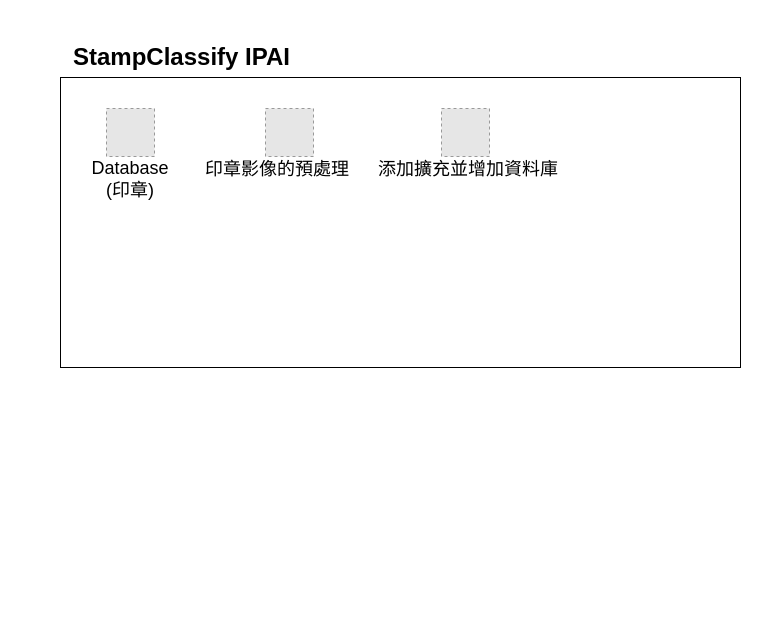
The draw.io diagram Untitled Diagram.drawio in KasymovD/Classification, before the edit. Source tidied: cells renumbered, new cells numbered last; positions are measured from the earlier drawing's top-left corner, leaving out a move shared by most shapes. Both pictures are drawn from the tidied source at 100%, with x=0, y=0 at pixel (60, 37). Pictures stored in the file or linked from it are replaced by grey dashed boxes.
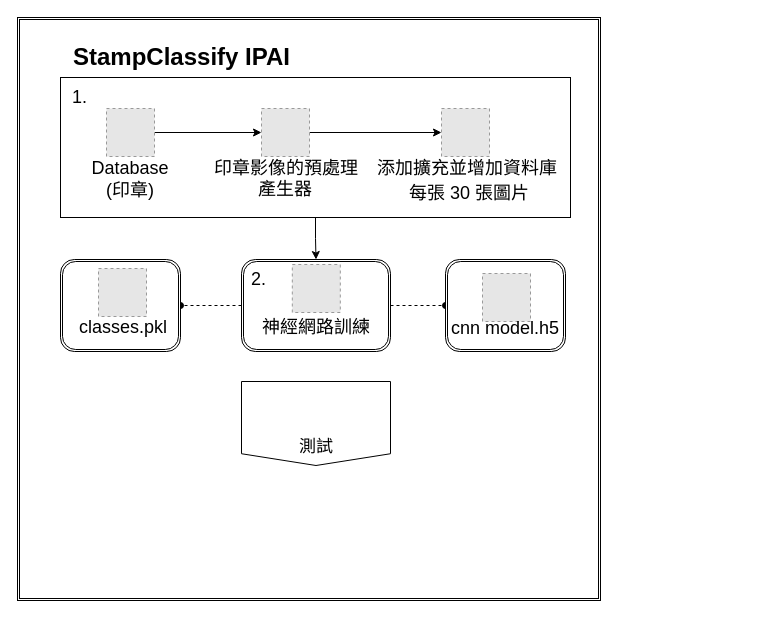
Above is the later version.

The change refers to these unchanged cells:
```xml
<mxCell id="3" style="fillColor=#E6E6E6;strokeColor=#999999;dashed=1;verticalLabelPosition=bottom;verticalAlign=top;" parent="1" vertex="1">
  <mxGeometry x="46" y="71" width="48" height="48" as="geometry" />
</mxCell>
<mxCell id="6" style="fillColor=#E6E6E6;strokeColor=#999999;dashed=1;verticalLabelPosition=bottom;verticalAlign=top;" parent="1" vertex="1">
  <mxGeometry x="381" y="71" width="48" height="48" as="geometry" />
</mxCell>
```

Diff of the diagram source:
```diff
@@
+    <mxCell id="10" style="shape=ext;double=1;whiteSpace=wrap;html=1;verticalAlign=bottom;" parent="1" vertex="1">
+      <mxGeometry x="-43" y="-20" width="583" height="583" as="geometry" />
+    </mxCell>
+    <mxCell id="11" style="edgeStyle=orthogonalEdgeStyle;rounded=0;jettySize=auto;html=1;entryX=0.5;entryY=0;entryDx=0;entryDy=0;" parent="1" edge="1" source="2" target="16">
+      <mxGeometry relative="1" as="geometry" />
+    </mxCell>
     <mxCell id="2" style="rounded=0;whiteSpace=wrap;html=1;" parent="1" vertex="1">
-      <mxGeometry y="40" width="680" height="290" as="geometry" />
+      <mxGeometry y="40" width="510" height="140" as="geometry" />
     </mxCell>
+    <mxCell id="12" style="edgeStyle=orthogonalEdgeStyle;rounded=0;jettySize=auto;html=1;exitX=1;exitY=0.5;exitDx=0;exitDy=0;entryX=0;entryY=0.5;entryDx=0;entryDy=0;" parent="1" edge="1" source="3" target="8">
+      <mxGeometry relative="1" as="geometry" />
+    </mxCell>
@@
     <mxCell id="7" value="印章影像的預處理" style="shape=table;startSize=0;childLayout=tableLayout;fontSize=18;fillColor=none;strokeColor=none;" parent="1" vertex="1">
-      <mxGeometry x="187" y="100" width="60" height="60" as="geometry" />
+      <mxGeometry x="196" y="99" width="60" height="60" as="geometry" />
     </mxCell>
+    <mxCell id="13" style="edgeStyle=orthogonalEdgeStyle;rounded=0;jettySize=auto;html=1;exitX=1;exitY=0.5;exitDx=0;exitDy=0;entryX=0;entryY=0.5;entryDx=0;entryDy=0;" parent="1" edge="1" source="8" target="6">
+      <mxGeometry relative="1" as="geometry" />
+    </mxCell>
     <mxCell id="8" style="fillColor=#E6E6E6;strokeColor=#999999;dashed=1;verticalLabelPosition=bottom;verticalAlign=top;" parent="1" vertex="1">
-      <mxGeometry x="205" y="71" width="48" height="48" as="geometry" />
+      <mxGeometry x="201" y="71" width="48" height="48" as="geometry" />
     </mxCell>
+    <mxCell id="14" style="edgeStyle=orthogonalEdgeStyle;rounded=0;jettySize=auto;html=1;startArrow=none;startFill=0;dashed=1;endArrow=oval;endFill=1;" parent="1" edge="1" source="16" target="21">
+      <mxGeometry relative="1" as="geometry" />
+    </mxCell>
+    <mxCell id="15" style="edgeStyle=orthogonalEdgeStyle;rounded=0;jettySize=auto;html=1;exitX=1;exitY=0.5;exitDx=0;exitDy=0;entryX=0;entryY=0.5;entryDx=0;entryDy=0;endArrow=oval;endFill=1;dashed=1;" parent="1" edge="1" source="16" target="26">
+      <mxGeometry relative="1" as="geometry" />
+    </mxCell>
+    <mxCell id="16" style="shape=ext;double=1;rounded=1;whiteSpace=wrap;html=1;" parent="1" vertex="1">
+      <mxGeometry x="181" y="222" width="149" height="92" as="geometry" />
+    </mxCell>
     <mxCell id="9" value="添加擴充並增加資料庫" style="shape=table;startSize=0;childLayout=tableLayout;fontSize=18;fillColor=none;strokeColor=none;" parent="1" vertex="1">
-      <mxGeometry x="378" y="100" width="60" height="60" as="geometry" />
+      <mxGeometry x="377" y="99" width="60" height="60" as="geometry" />
     </mxCell>
+    <mxCell id="17" value="每張 30 張圖片" style="text;whiteSpace=wrap;fontSize=18;" parent="1" vertex="1">
+      <mxGeometry x="347" y="139" width="126" height="31" as="geometry" />
+    </mxCell>
+    <mxCell id="18" value="神經網路訓練" style="text;whiteSpace=wrap;fontSize=18;" parent="1" vertex="1">
+      <mxGeometry x="199.5" y="273" width="112.5" height="40" as="geometry" />
+    </mxCell>
+    <mxCell id="19" value="1." style="text;strokeColor=none;fillColor=none;align=left;verticalAlign=middle;spacingLeft=4;spacingRight=4;overflow=hidden;whiteSpace=wrap;html=1;fontSize=18;" parent="1" vertex="1">
+      <mxGeometry x="6" y="45" width="80" height="30" as="geometry" />
+    </mxCell>
+    <mxCell id="20" value="2." style="text;strokeColor=none;fillColor=none;align=left;verticalAlign=middle;spacingLeft=4;spacingRight=4;overflow=hidden;whiteSpace=wrap;html=1;fontSize=18;" parent="1" vertex="1">
+      <mxGeometry x="185" y="227" width="41" height="30" as="geometry" />
+    </mxCell>
+    <mxCell id="21" style="shape=ext;double=1;rounded=1;whiteSpace=wrap;html=1;" parent="1" vertex="1">
+      <mxGeometry y="222" width="120" height="92" as="geometry" />
+    </mxCell>
+    <mxCell id="22" style="fillColor=#E6E6E6;strokeColor=#999999;dashed=1;verticalLabelPosition=bottom;verticalAlign=top;" parent="1" vertex="1">
+      <mxGeometry x="38" y="231" width="48" height="48" as="geometry" />
+    </mxCell>
+    <mxCell id="23" value="classes.pkl&#10;" style="text;whiteSpace=wrap;fontSize=18;" parent="1" vertex="1">
+      <mxGeometry x="17" y="273" width="90" height="32" as="geometry" />
+    </mxCell>
+    <mxCell id="24" style="fillColor=#E6E6E6;strokeColor=#999999;dashed=1;verticalLabelPosition=bottom;verticalAlign=top;" parent="1" vertex="1">
+      <mxGeometry x="231.8" y="227" width="48" height="48" as="geometry" />
+    </mxCell>
+    <mxCell id="25" value="產生器" style="text;whiteSpace=wrap;fontSize=18;" parent="1" vertex="1">
+      <mxGeometry x="196" y="134.5" width="70" height="40" as="geometry" />
+    </mxCell>
+    <mxCell id="26" style="shape=ext;double=1;rounded=1;whiteSpace=wrap;html=1;" parent="1" vertex="1">
+      <mxGeometry x="385" y="222" width="120" height="92" as="geometry" />
+    </mxCell>
+    <mxCell id="27" style="fillColor=#E6E6E6;strokeColor=#999999;dashed=1;verticalLabelPosition=bottom;verticalAlign=top;" parent="1" vertex="1">
+      <mxGeometry x="422" y="236" width="48" height="48" as="geometry" />
+    </mxCell>
+    <mxCell id="28" value="cnn model.h5" style="text;whiteSpace=wrap;fontSize=18;" parent="1" vertex="1">
+      <mxGeometry x="389" y="274" width="111" height="40" as="geometry" />
+    </mxCell>
+    <mxCell id="29" style="shape=offPageConnector;whiteSpace=wrap;html=1;size=0.14;" parent="1" vertex="1">
+      <mxGeometry x="181" y="344" width="149" height="84" as="geometry" />
+    </mxCell>
+    <mxCell id="30" value="測試" style="text;whiteSpace=wrap;fontSize=17;" parent="1" vertex="1">
+      <mxGeometry x="236.9" y="393" width="38.2" height="32" as="geometry" />
+    </mxCell>
```
